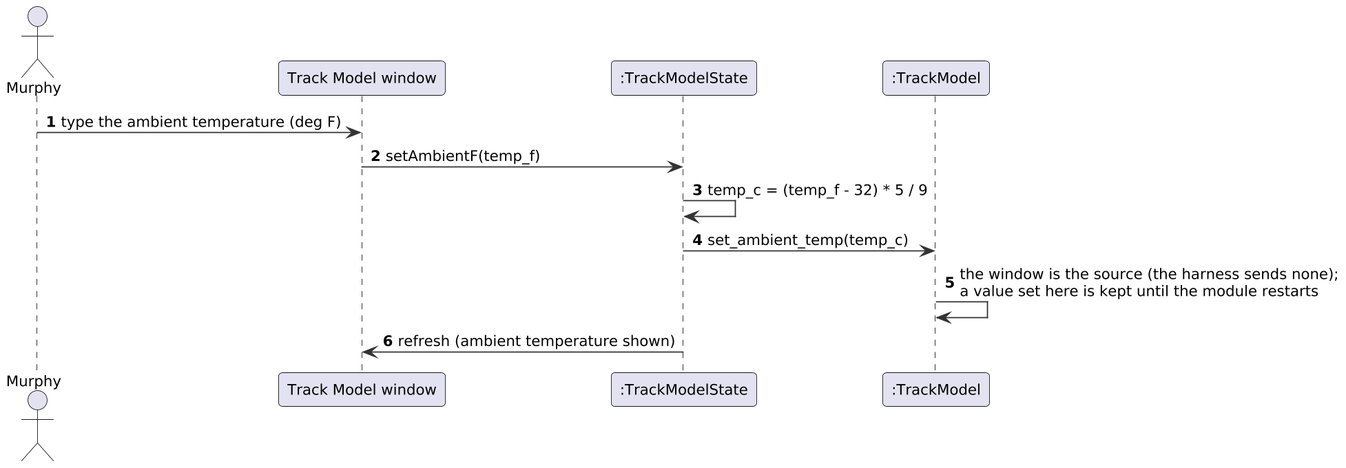
Landiss04/Track-Overflow keeps this PlantUML diagram as documents/uml/track_model/sd12_temperature.png. Above is the earlier version.
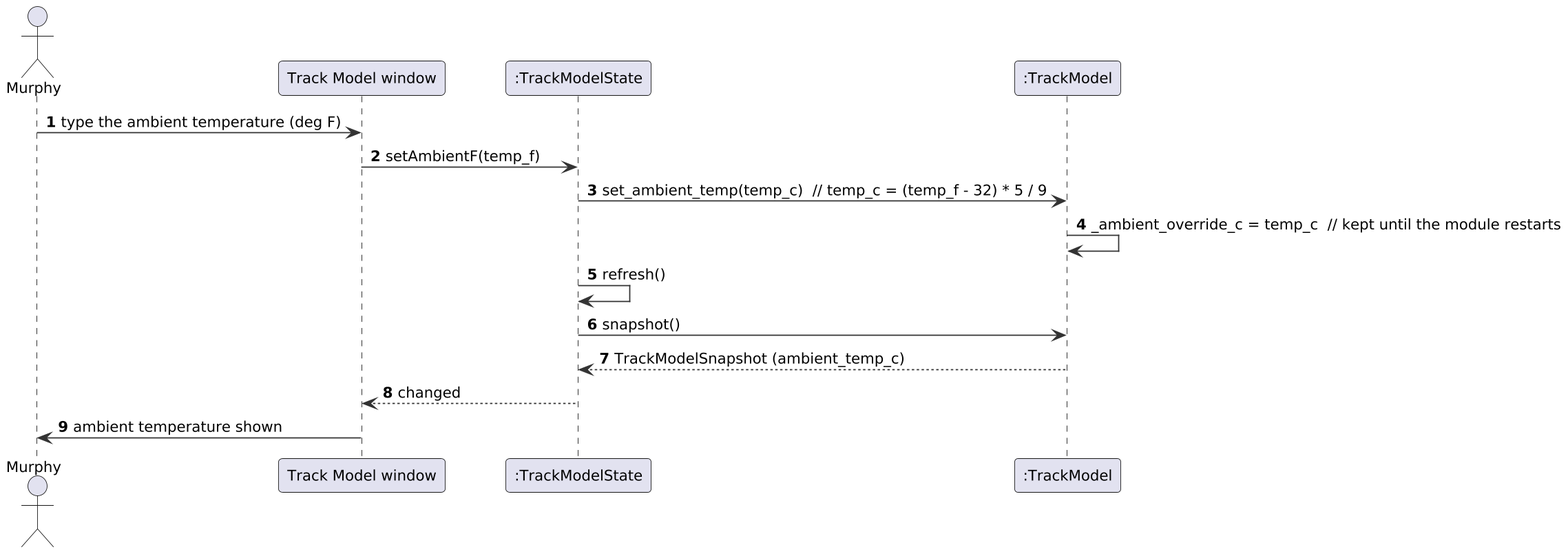
The same file after the commit.

Diff of the diagram source:
```diff
@@ -15,8 +15,11 @@
 participant ":TrackModel" as TM
 Murphy -> W : type the ambient temperature (deg F)
 W -> S : setAmbientF(temp_f)
-S -> S : temp_c = (temp_f - 32) * 5 / 9
-S -> TM : set_ambient_temp(temp_c)
-TM -> TM : the window is the source (the harness sends none);\na value set here is kept until the module restarts
-S -> W : refresh (ambient temperature shown)
+S -> TM : set_ambient_temp(temp_c)  // temp_c = (temp_f - 32) * 5 / 9
+TM -> TM : _ambient_override_c = temp_c  // kept until the module restarts
+S -> S : refresh()
+S -> TM : snapshot()
+TM --> S : TrackModelSnapshot (ambient_temp_c)
+S --> W : changed
+W -> Murphy : ambient temperature shown
 @enduml
```
